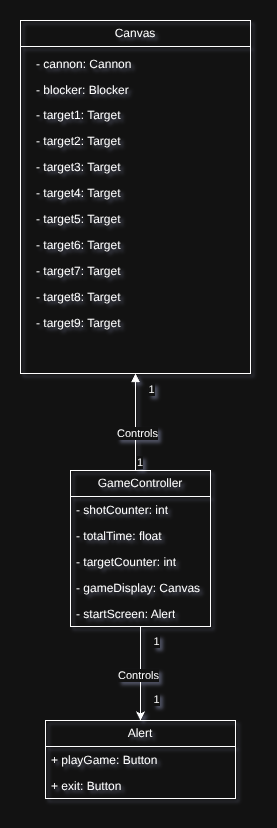
actellim/cannon_game keeps this draw.io diagram as docs/UML/UC_001/UC_001_CD.png. Above is the earlier version. Source tidied: cells renumbered, new cells last; positions are measured from the earlier drawing's top-left corner, leaving out a move shared by most shapes. The source it was exported from:
```xml
<mxGraphModel>
  <root>
    <mxCell id="0" />
    <mxCell id="1" parent="0" />
    <mxCell id="2" value="Alert" style="swimlane;fontStyle=0;horizontal=1;startSize=26;fillColor=none;whiteSpace=wrap;html=1;" parent="1" vertex="1">
      <mxGeometry x="25" y="700" width="190" height="78" as="geometry" />
    </mxCell>
    <mxCell id="3" value="+ playGame: Button" style="text;strokeColor=none;fillColor=none;align=left;verticalAlign=top;spacingLeft=4;spacingRight=4;overflow=hidden;whiteSpace=wrap;html=1;" parent="2" vertex="1">
      <mxGeometry y="26" width="190" height="26" as="geometry" />
    </mxCell>
    <mxCell id="4" value="+ exit: Button" style="text;strokeColor=none;fillColor=none;align=left;verticalAlign=top;spacingLeft=4;spacingRight=4;overflow=hidden;whiteSpace=wrap;html=1;" parent="2" vertex="1">
      <mxGeometry y="52" width="190" height="26" as="geometry" />
    </mxCell>
    <mxCell id="5" style="edgeStyle=orthogonalEdgeStyle;rounded=0;jettySize=auto;html=1;" parent="1" edge="1" source="9" target="2">
      <mxGeometry relative="1" as="geometry" />
    </mxCell>
    <mxCell id="6" value="Controls" style="edgeLabel;html=1;align=center;verticalAlign=middle;" parent="5" vertex="1">
      <mxGeometry x="0.03" y="-3" relative="1" as="geometry" />
    </mxCell>
    <mxCell id="7" value="1" style="edgeLabel;html=1;align=center;verticalAlign=middle;" parent="5" vertex="1">
      <mxGeometry x="-0.34" relative="1" as="geometry">
        <mxPoint x="15" y="-17" as="offset" />
      </mxGeometry>
    </mxCell>
    <mxCell id="8" value="1" style="edgeLabel;html=1;align=center;verticalAlign=middle;" parent="5" vertex="1">
      <mxGeometry x="0.61" y="5" relative="1" as="geometry">
        <mxPoint x="10" y="-4" as="offset" />
      </mxGeometry>
    </mxCell>
    <mxCell id="9" value="GameController" style="swimlane;fontStyle=0;horizontal=1;startSize=26;fillColor=none;whiteSpace=wrap;html=1;" parent="1" vertex="1">
      <mxGeometry x="50" y="450" width="140" height="156" as="geometry" />
    </mxCell>
    <mxCell id="10" value="Controls" style="endArrow=block;endFill=1;html=1;edgeStyle=orthogonalEdgeStyle;align=left;verticalAlign=top;rounded=0;entryX=0.5;entryY=1;entryDx=0;entryDy=0;" parent="9" edge="1" target="30">
      <mxGeometry x="0.03" y="20" relative="1" as="geometry">
        <mxPoint x="65" as="sourcePoint" />
      </mxGeometry>
    </mxCell>
    <mxCell id="11" value="1" style="edgeLabel;html=1;align=left;verticalAlign=bottom;" parent="10" vertex="1">
      <mxGeometry x="-1" relative="1" as="geometry" />
    </mxCell>
    <mxCell id="12" value="1" style="edgeLabel;html=1;align=center;verticalAlign=middle;" parent="10" vertex="1">
      <mxGeometry x="0.69" y="-2" relative="1" as="geometry">
        <mxPoint x="13" as="offset" />
      </mxGeometry>
    </mxCell>
    <mxCell id="13" value="- shotCounter: int" style="text;strokeColor=none;fillColor=none;align=left;verticalAlign=top;spacingLeft=4;spacingRight=4;overflow=hidden;whiteSpace=wrap;html=1;" parent="9" vertex="1">
      <mxGeometry y="26" width="140" height="26" as="geometry" />
    </mxCell>
    <mxCell id="14" value="- totalTime: float" style="text;strokeColor=none;fillColor=none;align=left;verticalAlign=top;spacingLeft=4;spacingRight=4;overflow=hidden;whiteSpace=wrap;html=1;" parent="9" vertex="1">
      <mxGeometry y="52" width="140" height="26" as="geometry" />
    </mxCell>
    <mxCell id="15" value="- targetCounter: int" style="text;strokeColor=none;fillColor=none;align=left;verticalAlign=top;spacingLeft=4;spacingRight=4;overflow=hidden;whiteSpace=wrap;html=1;" parent="9" vertex="1">
      <mxGeometry y="78" width="140" height="26" as="geometry" />
    </mxCell>
    <mxCell id="16" value="- gameDisplay: Canvas" style="text;strokeColor=none;fillColor=none;align=left;verticalAlign=top;spacingLeft=4;spacingRight=4;overflow=hidden;whiteSpace=wrap;html=1;" parent="9" vertex="1">
      <mxGeometry y="104" width="140" height="26" as="geometry" />
    </mxCell>
    <mxCell id="17" value="- startScreen: Alert" style="text;strokeColor=none;fillColor=none;align=left;verticalAlign=top;spacingLeft=4;spacingRight=4;overflow=hidden;whiteSpace=wrap;html=1;" parent="9" vertex="1">
      <mxGeometry y="130" width="140" height="26" as="geometry" />
    </mxCell>
    <mxCell id="18" style="group;" parent="1" vertex="1">
      <mxGeometry x="10" width="220" height="353" as="geometry" />
    </mxCell>
    <mxCell id="19" value="- target1: Target" style="text;strokeColor=none;fillColor=none;align=left;verticalAlign=top;spacingLeft=4;spacingRight=4;overflow=hidden;whiteSpace=wrap;html=1;" parent="18" vertex="1">
      <mxGeometry y="81" width="190" height="26" as="geometry" />
    </mxCell>
    <mxCell id="20" value="- cannon: Cannon" style="text;strokeColor=none;fillColor=none;align=left;verticalAlign=top;spacingLeft=4;spacingRight=4;overflow=hidden;whiteSpace=wrap;html=1;" parent="18" vertex="1">
      <mxGeometry y="30" width="190" height="26" as="geometry" />
    </mxCell>
    <mxCell id="21" value="- blocker: Blocker" style="text;strokeColor=none;fillColor=none;align=left;verticalAlign=top;spacingLeft=4;spacingRight=4;overflow=hidden;whiteSpace=wrap;html=1;" parent="18" vertex="1">
      <mxGeometry y="56" width="190" height="33.4" as="geometry" />
    </mxCell>
    <mxCell id="22" value="- target2: Target" style="text;strokeColor=none;fillColor=none;align=left;verticalAlign=top;spacingLeft=4;spacingRight=4;overflow=hidden;whiteSpace=wrap;html=1;" parent="18" vertex="1">
      <mxGeometry y="107" width="190" height="26" as="geometry" />
    </mxCell>
    <mxCell id="23" value="- target3: Target" style="text;strokeColor=none;fillColor=none;align=left;verticalAlign=top;spacingLeft=4;spacingRight=4;overflow=hidden;whiteSpace=wrap;html=1;" parent="18" vertex="1">
      <mxGeometry y="133" width="190" height="26" as="geometry" />
    </mxCell>
    <mxCell id="24" value="- target4: Target" style="text;strokeColor=none;fillColor=none;align=left;verticalAlign=top;spacingLeft=4;spacingRight=4;overflow=hidden;whiteSpace=wrap;html=1;" parent="18" vertex="1">
      <mxGeometry y="159" width="190" height="26" as="geometry" />
    </mxCell>
    <mxCell id="25" value="- target5: Target" style="text;strokeColor=none;fillColor=none;align=left;verticalAlign=top;spacingLeft=4;spacingRight=4;overflow=hidden;whiteSpace=wrap;html=1;" parent="18" vertex="1">
      <mxGeometry y="185" width="190" height="26" as="geometry" />
    </mxCell>
    <mxCell id="26" value="- target6: Target" style="text;strokeColor=none;fillColor=none;align=left;verticalAlign=top;spacingLeft=4;spacingRight=4;overflow=hidden;whiteSpace=wrap;html=1;" parent="18" vertex="1">
      <mxGeometry y="211" width="190" height="26" as="geometry" />
    </mxCell>
    <mxCell id="27" value="- target7: Target" style="text;strokeColor=none;fillColor=none;align=left;verticalAlign=top;spacingLeft=4;spacingRight=4;overflow=hidden;whiteSpace=wrap;html=1;" parent="18" vertex="1">
      <mxGeometry y="237" width="190" height="26" as="geometry" />
    </mxCell>
    <mxCell id="28" value="- target8: Target" style="text;strokeColor=none;fillColor=none;align=left;verticalAlign=top;spacingLeft=4;spacingRight=4;overflow=hidden;whiteSpace=wrap;html=1;" parent="18" vertex="1">
      <mxGeometry y="263" width="190" height="26" as="geometry" />
    </mxCell>
    <mxCell id="29" value="- target9: Target" style="text;strokeColor=none;fillColor=none;align=left;verticalAlign=top;spacingLeft=4;spacingRight=4;overflow=hidden;whiteSpace=wrap;html=1;" parent="18" vertex="1">
      <mxGeometry y="289" width="190" height="26" as="geometry" />
    </mxCell>
    <mxCell id="30" value="Canvas" style="swimlane;fontStyle=0;horizontal=1;startSize=26;fillColor=none;whiteSpace=wrap;html=1;" parent="18" vertex="1">
      <mxGeometry x="-10" width="230" height="353" as="geometry" />
    </mxCell>
  </root>
</mxGraphModel>
```
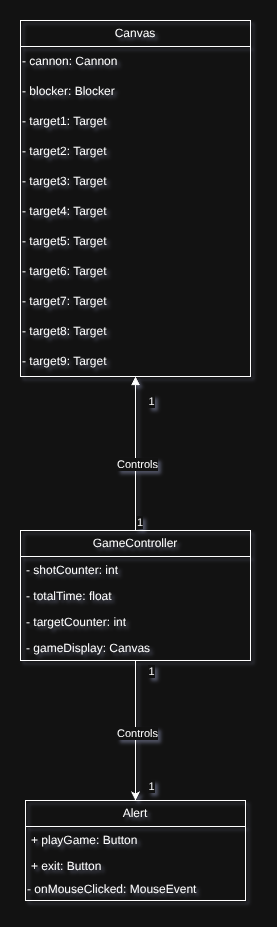
The same diagram one commit later.

The edit, as a diff of the source:
```diff
@@ -2,100 +2,98 @@
   <root>
     <mxCell id="0" />
     <mxCell id="1" parent="0" />
-    <mxCell id="2" value="Alert" style="swimlane;fontStyle=0;horizontal=1;startSize=26;fillColor=none;whiteSpace=wrap;html=1;" parent="1" vertex="1">
-      <mxGeometry x="25" y="700" width="190" height="78" as="geometry" />
-    </mxCell>
-    <mxCell id="3" value="+ playGame: Button" style="text;strokeColor=none;fillColor=none;align=left;verticalAlign=top;spacingLeft=4;spacingRight=4;overflow=hidden;whiteSpace=wrap;html=1;" parent="2" vertex="1">
-      <mxGeometry y="26" width="190" height="26" as="geometry" />
-    </mxCell>
-    <mxCell id="4" value="+ exit: Button" style="text;strokeColor=none;fillColor=none;align=left;verticalAlign=top;spacingLeft=4;spacingRight=4;overflow=hidden;whiteSpace=wrap;html=1;" parent="2" vertex="1">
-      <mxGeometry y="52" width="190" height="26" as="geometry" />
-    </mxCell>
     <mxCell id="5" style="edgeStyle=orthogonalEdgeStyle;rounded=0;jettySize=auto;html=1;" parent="1" edge="1" source="9" target="2">
       <mxGeometry relative="1" as="geometry" />
     </mxCell>
     <mxCell id="6" value="Controls" style="edgeLabel;html=1;align=center;verticalAlign=middle;" parent="5" vertex="1">
-      <mxGeometry x="0.03" y="-3" relative="1" as="geometry" />
+      <mxGeometry x="0.03" y="1" relative="1" as="geometry" />
     </mxCell>
-    <mxCell id="7" value="1" style="edgeLabel;html=1;align=center;verticalAlign=middle;" parent="5" vertex="1">
-      <mxGeometry x="-0.34" relative="1" as="geometry">
-        <mxPoint x="15" y="-17" as="offset" />
-      </mxGeometry>
-    </mxCell>
-    <mxCell id="8" value="1" style="edgeLabel;html=1;align=center;verticalAlign=middle;" parent="5" vertex="1">
-      <mxGeometry x="0.61" y="5" relative="1" as="geometry">
-        <mxPoint x="10" y="-4" as="offset" />
-      </mxGeometry>
-    </mxCell>
+    <mxCell id="31" value="1" style="edgeLabel;html=1;align=center;verticalAlign=middle;" parent="5" vertex="1">
+      <mxGeometry x="-0.86" y="4" relative="1" as="geometry">
+        <mxPoint x="11" as="offset" />
+      </mxGeometry>
+    </mxCell>
+    <mxCell id="32" value="1" style="edgeLabel;html=1;align=center;verticalAlign=middle;" parent="5" vertex="1">
+      <mxGeometry x="0.79" y="-2" relative="1" as="geometry">
+        <mxPoint x="17" as="offset" />
+      </mxGeometry>
+    </mxCell>
     <mxCell id="9" value="GameController" style="swimlane;fontStyle=0;horizontal=1;startSize=26;fillColor=none;whiteSpace=wrap;html=1;" parent="1" vertex="1">
-      <mxGeometry x="50" y="450" width="140" height="156" as="geometry" />
+      <mxGeometry x="5" y="480" width="230" height="130" as="geometry" />
     </mxCell>
-    <mxCell id="10" value="Controls" style="endArrow=block;endFill=1;html=1;edgeStyle=orthogonalEdgeStyle;align=left;verticalAlign=top;rounded=0;entryX=0.5;entryY=1;entryDx=0;entryDy=0;" parent="9" edge="1" target="30">
-      <mxGeometry x="0.03" y="20" relative="1" as="geometry">
-        <mxPoint x="65" as="sourcePoint" />
-      </mxGeometry>
-    </mxCell>
-    <mxCell id="11" value="1" style="edgeLabel;html=1;align=left;verticalAlign=bottom;" parent="10" vertex="1">
-      <mxGeometry x="-1" relative="1" as="geometry" />
-    </mxCell>
-    <mxCell id="12" value="1" style="edgeLabel;html=1;align=center;verticalAlign=middle;" parent="10" vertex="1">
-      <mxGeometry x="0.69" y="-2" relative="1" as="geometry">
-        <mxPoint x="13" as="offset" />
-      </mxGeometry>
-    </mxCell>
     <mxCell id="13" value="- shotCounter: int" style="text;strokeColor=none;fillColor=none;align=left;verticalAlign=top;spacingLeft=4;spacingRight=4;overflow=hidden;whiteSpace=wrap;html=1;" parent="9" vertex="1">
-      <mxGeometry y="26" width="140" height="26" as="geometry" />
+      <mxGeometry y="26" width="230" height="26" as="geometry" />
     </mxCell>
     <mxCell id="14" value="- totalTime: float" style="text;strokeColor=none;fillColor=none;align=left;verticalAlign=top;spacingLeft=4;spacingRight=4;overflow=hidden;whiteSpace=wrap;html=1;" parent="9" vertex="1">
-      <mxGeometry y="52" width="140" height="26" as="geometry" />
+      <mxGeometry y="52" width="230" height="26" as="geometry" />
     </mxCell>
     <mxCell id="15" value="- targetCounter: int" style="text;strokeColor=none;fillColor=none;align=left;verticalAlign=top;spacingLeft=4;spacingRight=4;overflow=hidden;whiteSpace=wrap;html=1;" parent="9" vertex="1">
-      <mxGeometry y="78" width="140" height="26" as="geometry" />
+      <mxGeometry y="78" width="230" height="26" as="geometry" />
     </mxCell>
     <mxCell id="16" value="- gameDisplay: Canvas" style="text;strokeColor=none;fillColor=none;align=left;verticalAlign=top;spacingLeft=4;spacingRight=4;overflow=hidden;whiteSpace=wrap;html=1;" parent="9" vertex="1">
-      <mxGeometry y="104" width="140" height="26" as="geometry" />
+      <mxGeometry y="104" width="230" height="26" as="geometry" />
     </mxCell>
-    <mxCell id="17" value="- startScreen: Alert" style="text;strokeColor=none;fillColor=none;align=left;verticalAlign=top;spacingLeft=4;spacingRight=4;overflow=hidden;whiteSpace=wrap;html=1;" parent="9" vertex="1">
-      <mxGeometry y="130" width="140" height="26" as="geometry" />
-    </mxCell>
-    <mxCell id="18" style="group;" parent="1" vertex="1">
-      <mxGeometry x="10" width="220" height="353" as="geometry" />
-    </mxCell>
-    <mxCell id="19" value="- target1: Target" style="text;strokeColor=none;fillColor=none;align=left;verticalAlign=top;spacingLeft=4;spacingRight=4;overflow=hidden;whiteSpace=wrap;html=1;" parent="18" vertex="1">
-      <mxGeometry y="81" width="190" height="26" as="geometry" />
-    </mxCell>
+    <mxCell id="30" value="Canvas" style="swimlane;fontStyle=0;horizontal=1;startSize=26;fillColor=none;whiteSpace=wrap;html=1;" parent="1" vertex="1">
+      <mxGeometry x="5" y="-30" width="230" height="356" as="geometry" />
+    </mxCell>
+    <mxCell id="33" style="group;" parent="30" vertex="1">
+      <mxGeometry y="26" width="230" height="330" as="geometry" />
+    </mxCell>
-    <mxCell id="20" value="- cannon: Cannon" style="text;strokeColor=none;fillColor=none;align=left;verticalAlign=top;spacingLeft=4;spacingRight=4;overflow=hidden;whiteSpace=wrap;html=1;" parent="18" vertex="1">
-      <mxGeometry y="30" width="190" height="26" as="geometry" />
+    <mxCell id="20" value="- cannon: Cannon" style="text;html=1;whiteSpace=wrap;strokeColor=none;fillColor=none;align=left;verticalAlign=middle;rounded=0;" parent="33" vertex="1">
+      <mxGeometry width="130" height="30" as="geometry" />
     </mxCell>
-    <mxCell id="21" value="- blocker: Blocker" style="text;strokeColor=none;fillColor=none;align=left;verticalAlign=top;spacingLeft=4;spacingRight=4;overflow=hidden;whiteSpace=wrap;html=1;" parent="18" vertex="1">
-      <mxGeometry y="56" width="190" height="33.4" as="geometry" />
+    <mxCell id="21" value="- blocker: Blocker" style="text;html=1;whiteSpace=wrap;strokeColor=none;fillColor=none;align=left;verticalAlign=middle;rounded=0;" parent="33" vertex="1">
+      <mxGeometry y="30" width="130" height="30" as="geometry" />
     </mxCell>
+    <mxCell id="19" value="- target1: Target" style="text;html=1;whiteSpace=wrap;strokeColor=none;fillColor=none;align=left;verticalAlign=middle;rounded=0;" parent="33" vertex="1">
+      <mxGeometry y="60" width="130" height="30" as="geometry" />
+    </mxCell>
-    <mxCell id="22" value="- target2: Target" style="text;strokeColor=none;fillColor=none;align=left;verticalAlign=top;spacingLeft=4;spacingRight=4;overflow=hidden;whiteSpace=wrap;html=1;" parent="18" vertex="1">
-      <mxGeometry y="107" width="190" height="26" as="geometry" />
+    <mxCell id="22" value="- target2: Target" style="text;html=1;whiteSpace=wrap;strokeColor=none;fillColor=none;align=left;verticalAlign=middle;rounded=0;" parent="33" vertex="1">
+      <mxGeometry y="90" width="130" height="30" as="geometry" />
     </mxCell>
-    <mxCell id="23" value="- target3: Target" style="text;strokeColor=none;fillColor=none;align=left;verticalAlign=top;spacingLeft=4;spacingRight=4;overflow=hidden;whiteSpace=wrap;html=1;" parent="18" vertex="1">
-      <mxGeometry y="133" width="190" height="26" as="geometry" />
+    <mxCell id="23" value="- target3: Target" style="text;html=1;whiteSpace=wrap;strokeColor=none;fillColor=none;align=left;verticalAlign=middle;rounded=0;" parent="33" vertex="1">
+      <mxGeometry y="120" width="130" height="30" as="geometry" />
     </mxCell>
-    <mxCell id="24" value="- target4: Target" style="text;strokeColor=none;fillColor=none;align=left;verticalAlign=top;spacingLeft=4;spacingRight=4;overflow=hidden;whiteSpace=wrap;html=1;" parent="18" vertex="1">
-      <mxGeometry y="159" width="190" height="26" as="geometry" />
+    <mxCell id="24" value="- target4: Target" style="text;html=1;whiteSpace=wrap;strokeColor=none;fillColor=none;align=left;verticalAlign=middle;rounded=0;" parent="33" vertex="1">
+      <mxGeometry y="150" width="130" height="30" as="geometry" />
     </mxCell>
-    <mxCell id="25" value="- target5: Target" style="text;strokeColor=none;fillColor=none;align=left;verticalAlign=top;spacingLeft=4;spacingRight=4;overflow=hidden;whiteSpace=wrap;html=1;" parent="18" vertex="1">
-      <mxGeometry y="185" width="190" height="26" as="geometry" />
+    <mxCell id="25" value="- target5: Target" style="text;html=1;whiteSpace=wrap;strokeColor=none;fillColor=none;align=left;verticalAlign=middle;rounded=0;" parent="33" vertex="1">
+      <mxGeometry y="180" width="130" height="30" as="geometry" />
     </mxCell>
-    <mxCell id="26" value="- target6: Target" style="text;strokeColor=none;fillColor=none;align=left;verticalAlign=top;spacingLeft=4;spacingRight=4;overflow=hidden;whiteSpace=wrap;html=1;" parent="18" vertex="1">
-      <mxGeometry y="211" width="190" height="26" as="geometry" />
+    <mxCell id="26" value="- target6: Target" style="text;html=1;whiteSpace=wrap;strokeColor=none;fillColor=none;align=left;verticalAlign=middle;rounded=0;" parent="33" vertex="1">
+      <mxGeometry y="210" width="130" height="30" as="geometry" />
     </mxCell>
-    <mxCell id="27" value="- target7: Target" style="text;strokeColor=none;fillColor=none;align=left;verticalAlign=top;spacingLeft=4;spacingRight=4;overflow=hidden;whiteSpace=wrap;html=1;" parent="18" vertex="1">
-      <mxGeometry y="237" width="190" height="26" as="geometry" />
+    <mxCell id="27" value="- target7: Target" style="text;html=1;whiteSpace=wrap;strokeColor=none;fillColor=none;align=left;verticalAlign=middle;rounded=0;" parent="33" vertex="1">
+      <mxGeometry y="240" width="130" height="30" as="geometry" />
     </mxCell>
-    <mxCell id="28" value="- target8: Target" style="text;strokeColor=none;fillColor=none;align=left;verticalAlign=top;spacingLeft=4;spacingRight=4;overflow=hidden;whiteSpace=wrap;html=1;" parent="18" vertex="1">
-      <mxGeometry y="263" width="190" height="26" as="geometry" />
+    <mxCell id="28" value="- target8: Target" style="text;html=1;whiteSpace=wrap;strokeColor=none;fillColor=none;align=left;verticalAlign=middle;rounded=0;" parent="33" vertex="1">
+      <mxGeometry y="270" width="130" height="30" as="geometry" />
     </mxCell>
-    <mxCell id="29" value="- target9: Target" style="text;strokeColor=none;fillColor=none;align=left;verticalAlign=top;spacingLeft=4;spacingRight=4;overflow=hidden;whiteSpace=wrap;html=1;" parent="18" vertex="1">
-      <mxGeometry y="289" width="190" height="26" as="geometry" />
+    <mxCell id="29" value="- target9: Target" style="text;html=1;whiteSpace=wrap;strokeColor=none;fillColor=none;align=left;verticalAlign=middle;rounded=0;" parent="33" vertex="1">
+      <mxGeometry y="300" width="130" height="30" as="geometry" />
     </mxCell>
-    <mxCell id="30" value="Canvas" style="swimlane;fontStyle=0;horizontal=1;startSize=26;fillColor=none;whiteSpace=wrap;html=1;" parent="18" vertex="1">
-      <mxGeometry x="-10" width="230" height="353" as="geometry" />
-    </mxCell>
+    <mxCell id="10" value="Controls" style="endArrow=block;endFill=1;html=1;edgeStyle=orthogonalEdgeStyle;align=left;verticalAlign=top;rounded=0;entryX=0.5;entryY=1;entryDx=0;entryDy=0;exitX=0.5;exitY=0;exitDx=0;exitDy=0;" parent="1" edge="1" source="9" target="30">
+      <mxGeometry x="0.03" y="20" relative="1" as="geometry" />
+    </mxCell>
+    <mxCell id="11" value="1" style="edgeLabel;html=1;align=left;verticalAlign=bottom;" parent="10" vertex="1">
+      <mxGeometry x="-1" relative="1" as="geometry" />
+    </mxCell>
+    <mxCell id="12" value="1" style="edgeLabel;html=1;align=center;verticalAlign=middle;" parent="10" vertex="1">
+      <mxGeometry x="0.69" y="-2" relative="1" as="geometry">
+        <mxPoint x="13" as="offset" />
+      </mxGeometry>
+    </mxCell>
+    <mxCell id="2" value="Alert" style="swimlane;fontStyle=0;horizontal=1;startSize=26;fillColor=none;whiteSpace=wrap;html=1;" parent="1" vertex="1">
+      <mxGeometry x="10" y="750" width="220" height="100" as="geometry" />
+    </mxCell>
+    <mxCell id="3" value="+ playGame: Button" style="text;strokeColor=none;fillColor=none;align=left;verticalAlign=top;spacingLeft=4;spacingRight=4;overflow=hidden;whiteSpace=wrap;html=1;" parent="2" vertex="1">
+      <mxGeometry y="26" width="220" height="26" as="geometry" />
+    </mxCell>
+    <mxCell id="4" value="+ exit: Button" style="text;strokeColor=none;fillColor=none;align=left;verticalAlign=top;spacingLeft=4;spacingRight=4;overflow=hidden;whiteSpace=wrap;html=1;" parent="2" vertex="1">
+      <mxGeometry y="52" width="220" height="26" as="geometry" />
+    </mxCell>
+    <mxCell id="34" value="- onMouseClicked: MouseEvent" style="text;html=1;whiteSpace=wrap;strokeColor=none;fillColor=none;align=left;verticalAlign=middle;rounded=0;" parent="2" vertex="1">
+      <mxGeometry y="78" width="220" height="22" as="geometry" />
+    </mxCell>
   </root>
 </mxGraphModel>
```
